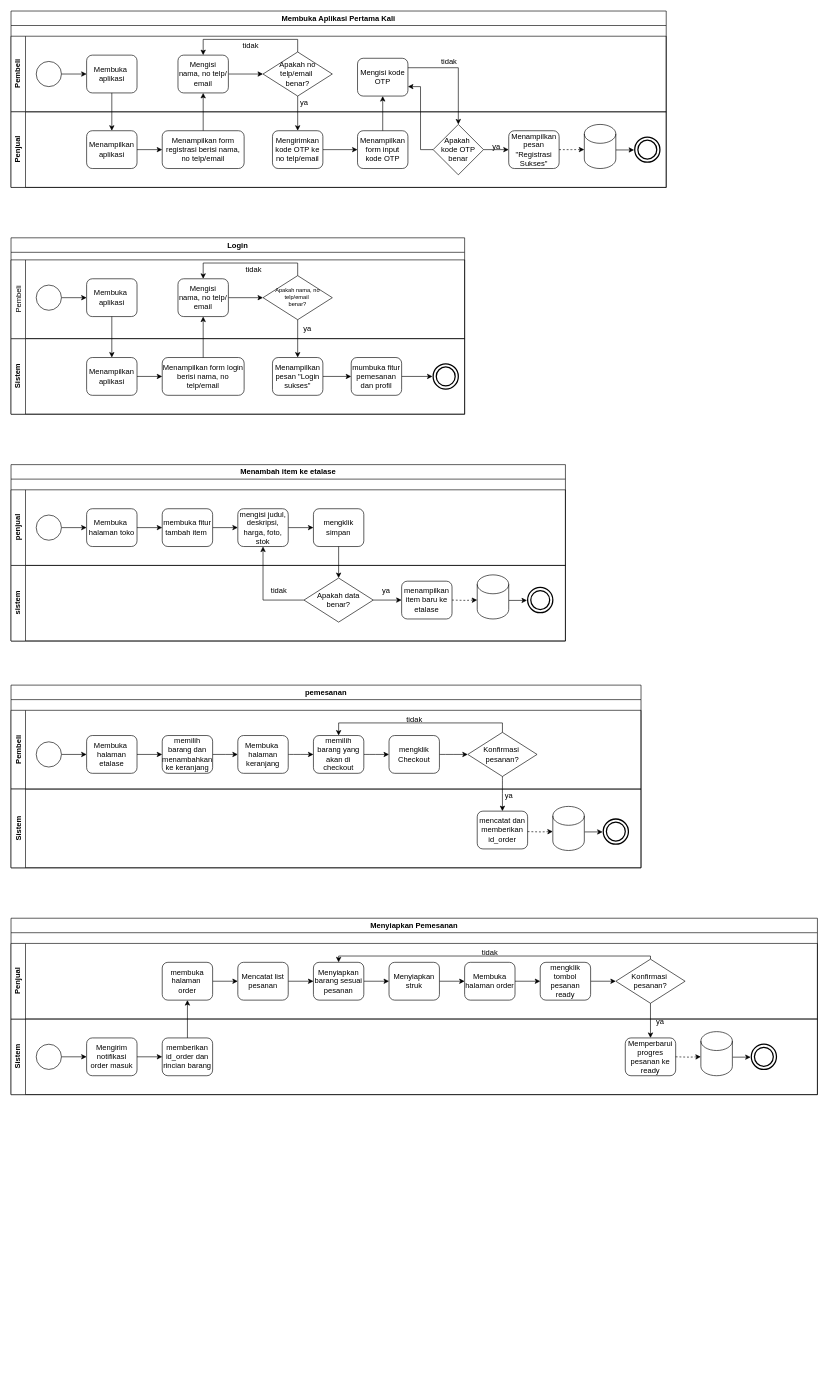
yogadwipayana/ERD keeps this draw.io diagram as BPMN.drawio. Above is the earlier version. Source tidied: cells renumbered, new cells numbered last; positions are measured from the earlier drawing's top-left corner, leaving out a move shared by most shapes. Both pictures are drawn from the tidied source at 63%, with x=0, y=0 at pixel (11, 11).
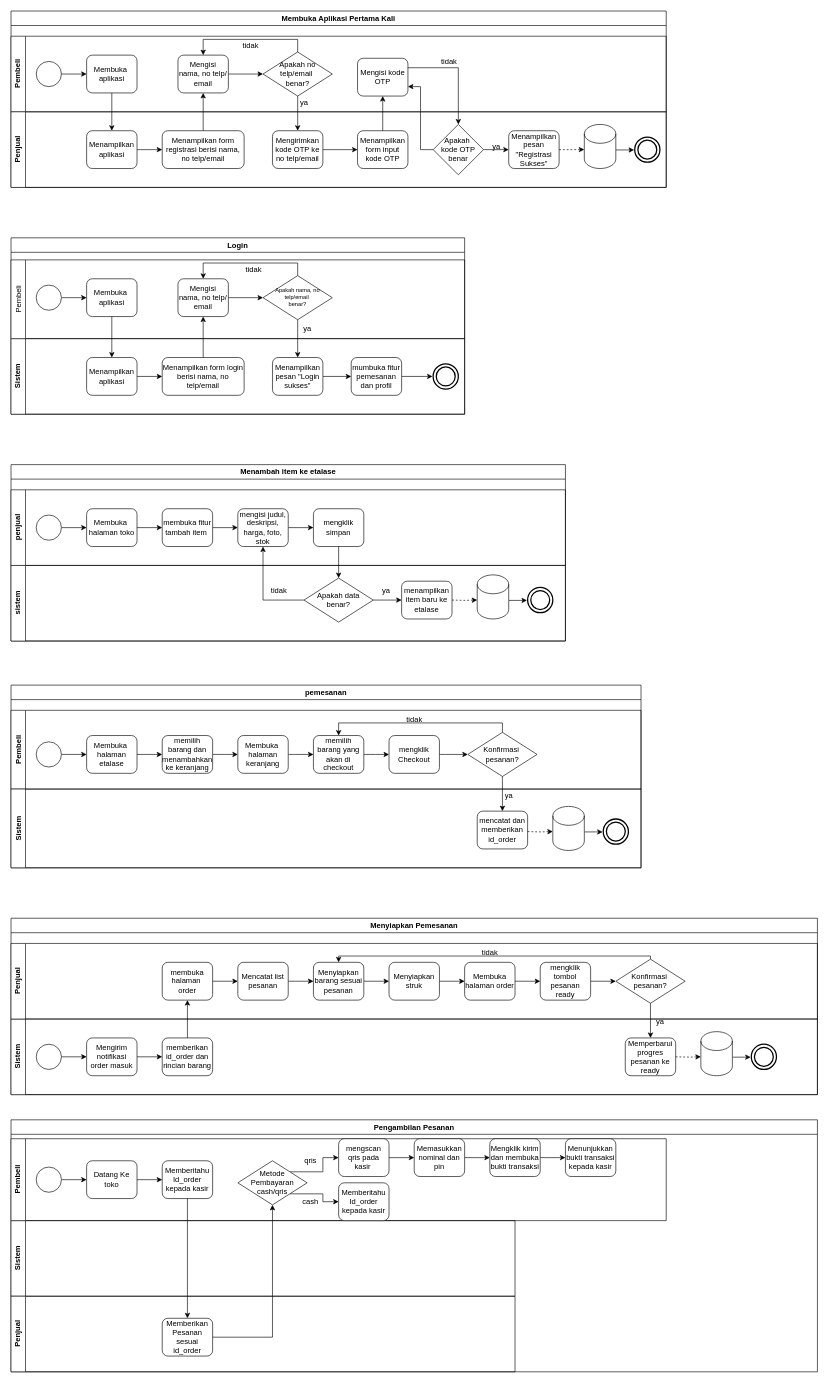
The same diagram, later.

Change to the diagram source:
```diff
@@
+    <mxCell id="143" value="Pengambilan Pesanan" style="swimlane;whiteSpace=wrap;html=1;" parent="1" vertex="1">
+      <mxGeometry y="1760" width="1280" height="400" as="geometry" />
+    </mxCell>
+    <mxCell id="144" value="Sistem" style="swimlane;horizontal=0;whiteSpace=wrap;html=1;" parent="143" vertex="1">
+      <mxGeometry y="160" width="800" height="120" as="geometry" />
+    </mxCell>
+    <mxCell id="145" value="Pembeli" style="swimlane;horizontal=0;whiteSpace=wrap;html=1;" parent="143" vertex="1">
+      <mxGeometry y="30" width="1040" height="130" as="geometry" />
+    </mxCell>
+    <mxCell id="146" style="edgeStyle=orthogonalEdgeStyle;rounded=0;jettySize=auto;html=1;exitX=1;exitY=0.5;exitDx=0;exitDy=0;entryX=0;entryY=0.5;entryDx=0;entryDy=0;" parent="145" edge="1" source="147" target="149">
+      <mxGeometry relative="1" as="geometry" />
+    </mxCell>
+    <mxCell id="147" style="ellipse;whiteSpace=wrap;html=1;" parent="145" vertex="1">
+      <mxGeometry x="40" y="45" width="40" height="40" as="geometry" />
+    </mxCell>
+    <mxCell id="148" style="edgeStyle=orthogonalEdgeStyle;rounded=0;jettySize=auto;html=1;exitX=1;exitY=0.5;exitDx=0;exitDy=0;entryX=0;entryY=0.5;entryDx=0;entryDy=0;" parent="145" edge="1" source="149" target="150">
+      <mxGeometry relative="1" as="geometry" />
+    </mxCell>
+    <mxCell id="149" value="Datang Ke toko" style="rounded=1;whiteSpace=wrap;html=1;" parent="145" vertex="1">
+      <mxGeometry x="120" y="35" width="80" height="60" as="geometry" />
+    </mxCell>
+    <mxCell id="150" value="Memberitahu Id_order kepada kasir" style="rounded=1;whiteSpace=wrap;html=1;" parent="145" vertex="1">
+      <mxGeometry x="240" y="35" width="80" height="60" as="geometry" />
+    </mxCell>
+    <mxCell id="151" style="edgeStyle=orthogonalEdgeStyle;rounded=0;jettySize=auto;html=1;exitX=1;exitY=1;exitDx=0;exitDy=0;entryX=0;entryY=0.5;entryDx=0;entryDy=0;" parent="145" edge="1" source="153" target="156">
+      <mxGeometry relative="1" as="geometry" />
+    </mxCell>
+    <mxCell id="152" style="edgeStyle=orthogonalEdgeStyle;rounded=0;jettySize=auto;html=1;exitX=1;exitY=0;exitDx=0;exitDy=0;entryX=0;entryY=0.5;entryDx=0;entryDy=0;" parent="145" edge="1" source="153" target="155">
+      <mxGeometry relative="1" as="geometry" />
+    </mxCell>
+    <mxCell id="153" value="Metode Pembayaran&lt;div&gt;cash/qris&lt;/div&gt;" style="rhombus;whiteSpace=wrap;html=1;" parent="145" vertex="1">
+      <mxGeometry x="360" y="35" width="110" height="70" as="geometry" />
+    </mxCell>
+    <mxCell id="154" style="edgeStyle=orthogonalEdgeStyle;rounded=0;jettySize=auto;html=1;exitX=1;exitY=0.5;exitDx=0;exitDy=0;entryX=0;entryY=0.5;entryDx=0;entryDy=0;" parent="145" edge="1" source="155" target="160">
+      <mxGeometry relative="1" as="geometry" />
+    </mxCell>
+    <mxCell id="155" value="mengscan qris pada kasir&amp;nbsp;" style="rounded=1;whiteSpace=wrap;html=1;" parent="145" vertex="1">
+      <mxGeometry x="520" width="80" height="60" as="geometry" />
+    </mxCell>
+    <mxCell id="156" value="Memberitahu Id_order kepada kasir" style="rounded=1;whiteSpace=wrap;html=1;" parent="145" vertex="1">
+      <mxGeometry x="520" y="70" width="80" height="60" as="geometry" />
+    </mxCell>
+    <mxCell id="157" value="qris" style="text;html=1;align=center;verticalAlign=middle;strokeColor=none;fillColor=none;" parent="145" vertex="1">
+      <mxGeometry x="455" y="20" width="40" height="30" as="geometry" />
+    </mxCell>
+    <mxCell id="158" value="cash" style="text;html=1;align=center;verticalAlign=middle;strokeColor=none;fillColor=none;" parent="145" vertex="1">
+      <mxGeometry x="450" y="85" width="50" height="30" as="geometry" />
+    </mxCell>
+    <mxCell id="159" style="edgeStyle=orthogonalEdgeStyle;rounded=0;jettySize=auto;html=1;exitX=1;exitY=0.5;exitDx=0;exitDy=0;entryX=0;entryY=0.5;entryDx=0;entryDy=0;" parent="145" edge="1" source="160" target="162">
+      <mxGeometry relative="1" as="geometry" />
+    </mxCell>
+    <mxCell id="160" value="Memasukkan nominal dan pin" style="rounded=1;whiteSpace=wrap;html=1;" parent="145" vertex="1">
+      <mxGeometry x="640" width="80" height="60" as="geometry" />
+    </mxCell>
+    <mxCell id="161" style="edgeStyle=orthogonalEdgeStyle;rounded=0;jettySize=auto;html=1;exitX=1;exitY=0.5;exitDx=0;exitDy=0;entryX=0;entryY=0.5;entryDx=0;entryDy=0;" parent="145" edge="1" source="162" target="163">
+      <mxGeometry relative="1" as="geometry" />
+    </mxCell>
+    <mxCell id="162" value="Mengklik kirim dan membuka bukti transaksi" style="rounded=1;whiteSpace=wrap;html=1;" parent="145" vertex="1">
+      <mxGeometry x="760" width="80" height="60" as="geometry" />
+    </mxCell>
+    <mxCell id="163" value="Menunjukkan bukti transaksi kepada kasir" style="rounded=1;whiteSpace=wrap;html=1;" parent="145" vertex="1">
+      <mxGeometry x="880" width="80" height="60" as="geometry" />
+    </mxCell>
+    <mxCell id="164" value="Penjual" style="swimlane;horizontal=0;whiteSpace=wrap;html=1;" parent="1" vertex="1">
+      <mxGeometry y="2040" width="800" height="120" as="geometry" />
+    </mxCell>
+    <mxCell id="165" value="Memberikan Pesanan sesuai id_order" style="rounded=1;whiteSpace=wrap;html=1;" parent="164" vertex="1">
+      <mxGeometry x="240" y="35" width="80" height="60" as="geometry" />
+    </mxCell>
+    <mxCell id="166" style="edgeStyle=orthogonalEdgeStyle;rounded=0;jettySize=auto;html=1;exitX=0.5;exitY=1;exitDx=0;exitDy=0;" parent="1" edge="1" source="150" target="165">
+      <mxGeometry relative="1" as="geometry" />
+    </mxCell>
+    <mxCell id="167" style="edgeStyle=orthogonalEdgeStyle;rounded=0;jettySize=auto;html=1;exitX=1;exitY=0.5;exitDx=0;exitDy=0;entryX=0.5;entryY=1;entryDx=0;entryDy=0;" parent="1" edge="1" source="165" target="153">
+      <mxGeometry relative="1" as="geometry" />
+    </mxCell>
```
